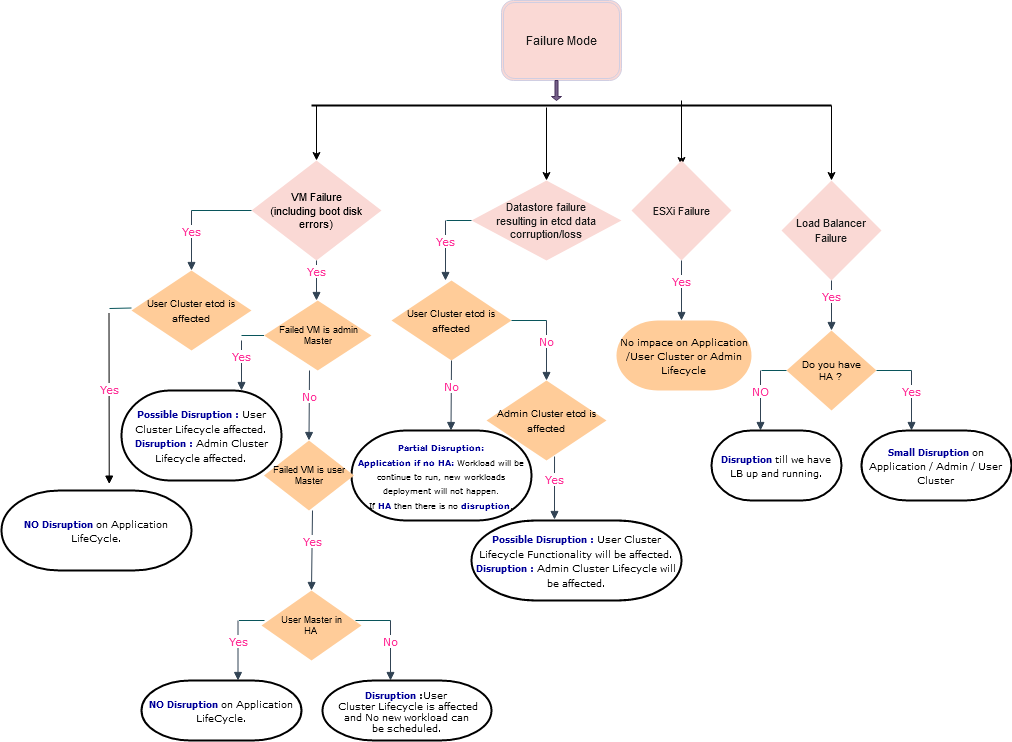
This is Untitled Diagram.png from prabhakarmishra/test, a draw.io export, as it was before one commit. Source tidied: cells renumbered, new cells last; positions are measured from the earlier drawing's top-left corner, leaving out a move shared by most shapes.
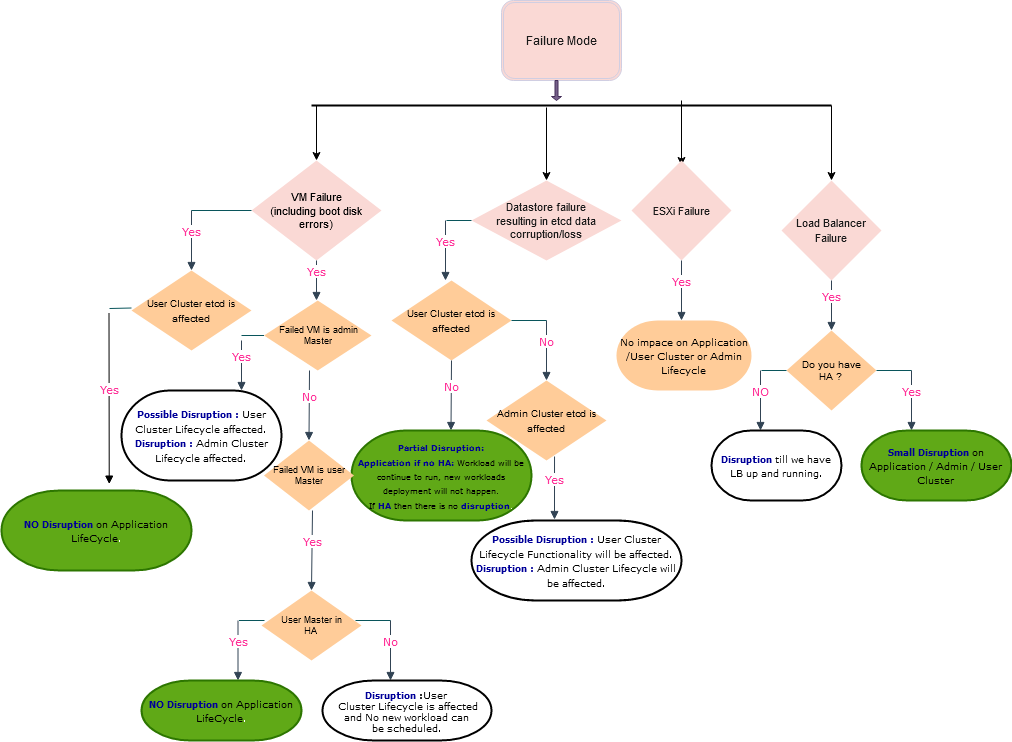
After the commit.

What changed in the source:
```diff
@@ -69,7 +69,7 @@
         <mxPoint x="760" y="370" as="sourcePoint" />
       </mxGeometry>
     </mxCell>
-    <mxCell id="18" value="&lt;font style=&quot;font-size: 9px&quot;&gt;&lt;b&gt;&lt;font style=&quot;font-size: 9px&quot; color=&quot;#000099&quot;&gt;Small &lt;/font&gt;&lt;/b&gt;&lt;/font&gt;&lt;font style=&quot;font-size: 9px&quot;&gt;&lt;b&gt;&lt;font style=&quot;font-size: 9px&quot; color=&quot;#000099&quot;&gt;&lt;font style=&quot;font-size: 9px&quot;&gt;&lt;b&gt;&lt;font style=&quot;font-size: 9px&quot; color=&quot;#000099&quot;&gt;Disruption &lt;/font&gt;&lt;/b&gt;&lt;/font&gt;&lt;/font&gt;&lt;/b&gt;on&lt;br&gt;&lt;font style=&quot;font-size: 9px&quot;&gt;Application / Admin / User&lt;/font&gt;&lt;br&gt;Cluster&lt;br&gt;&lt;/font&gt;" style="strokeWidth=2;html=1;shape=mxgraph.flowchart.terminator;whiteSpace=wrap;rounded=0;sketch=0;fontFamily=Verdana;" parent="1" vertex="1">
+    <mxCell id="18" value="&lt;font style=&quot;font-size: 9px&quot;&gt;&lt;b&gt;&lt;font style=&quot;font-size: 9px&quot; color=&quot;#000099&quot;&gt;Small &lt;/font&gt;&lt;/b&gt;&lt;/font&gt;&lt;font style=&quot;font-size: 9px&quot;&gt;&lt;b&gt;&lt;font style=&quot;font-size: 9px&quot; color=&quot;#000099&quot;&gt;&lt;font style=&quot;font-size: 9px&quot;&gt;&lt;b&gt;&lt;font style=&quot;font-size: 9px&quot; color=&quot;#000099&quot;&gt;Disruption &lt;/font&gt;&lt;/b&gt;&lt;/font&gt;&lt;/font&gt;&lt;/b&gt;&lt;font color=&quot;#000000&quot;&gt;on&lt;br&gt;&lt;font style=&quot;font-size: 9px&quot;&gt;Application / Admin / User&lt;/font&gt;&lt;br&gt;Cluster&lt;/font&gt;&lt;br&gt;&lt;/font&gt;" style="strokeWidth=2;html=1;shape=mxgraph.flowchart.terminator;whiteSpace=wrap;rounded=0;sketch=0;fontFamily=Verdana;fillColor=#60a917;strokeColor=#2D7600;fontColor=#ffffff;" parent="1" vertex="1">
       <mxGeometry x="860" y="430" width="150" height="70" as="geometry" />
     </mxCell>
     <mxCell id="19" value="&lt;font style=&quot;font-size: 9px&quot;&gt;&lt;font style=&quot;font-size: 9px&quot; color=&quot;#000099&quot;&gt;&lt;b&gt;&lt;font style=&quot;font-size: 9px&quot;&gt;&lt;b&gt;&lt;font style=&quot;font-size: 9px&quot; color=&quot;#000099&quot;&gt;Disruption &lt;/font&gt;&lt;/b&gt;&lt;/font&gt;&lt;/b&gt;&lt;/font&gt;till we have&lt;br&gt;LB up and running.&lt;br&gt;&lt;/font&gt;" style="strokeWidth=2;html=1;shape=mxgraph.flowchart.terminator;whiteSpace=wrap;rounded=0;sketch=0;fontFamily=Verdana;" parent="1" vertex="1">
@@ -132,7 +132,7 @@
         <mxPoint x="449.5" y="430" as="targetPoint" />
       </mxGeometry>
     </mxCell>
-    <mxCell id="32" value="&lt;font style=&quot;font-size: 8px&quot;&gt;&lt;b&gt;&lt;font style=&quot;font-size: 8px&quot; color=&quot;#000099&quot;&gt;Partial Disruption: &lt;/font&gt;&lt;/b&gt;&lt;br&gt;&lt;font style=&quot;font-size: 8px&quot; color=&quot;#000099&quot;&gt;&lt;b&gt;Application if no HA:&lt;/b&gt;&lt;/font&gt; Workload will be continue to run, new workloads deployment will not happen.&lt;br&gt;If &lt;b&gt;&lt;font style=&quot;font-size: 8px&quot; color=&quot;#000099&quot;&gt;HA &lt;/font&gt;&lt;/b&gt;then there is no &lt;b&gt;&lt;font style=&quot;font-size: 8px&quot; color=&quot;#000099&quot;&gt;disruption&lt;/font&gt;&lt;/b&gt;.&lt;/font&gt;" style="strokeWidth=2;html=1;shape=mxgraph.flowchart.terminator;whiteSpace=wrap;rounded=0;sketch=0;fontFamily=Verdana;" parent="1" vertex="1">
+    <mxCell id="32" value="&lt;font style=&quot;font-size: 8px&quot;&gt;&lt;b&gt;&lt;font style=&quot;font-size: 8px&quot; color=&quot;#000099&quot;&gt;Partial Disruption: &lt;/font&gt;&lt;/b&gt;&lt;br&gt;&lt;font style=&quot;font-size: 8px&quot; color=&quot;#000099&quot;&gt;&lt;b&gt;Application if no HA:&lt;/b&gt;&lt;/font&gt; &lt;font color=&quot;#000000&quot;&gt;Workload will be continue to run, new workloads deployment will not happen.&lt;br&gt;If&lt;/font&gt; &lt;b&gt;&lt;font style=&quot;font-size: 8px&quot; color=&quot;#000099&quot;&gt;HA &lt;/font&gt;&lt;/b&gt;&lt;font color=&quot;#000000&quot;&gt;then there is no&lt;/font&gt; &lt;b&gt;&lt;font style=&quot;font-size: 8px&quot; color=&quot;#000099&quot;&gt;disruption&lt;/font&gt;&lt;/b&gt;.&lt;/font&gt;" style="strokeWidth=2;html=1;shape=mxgraph.flowchart.terminator;whiteSpace=wrap;rounded=0;sketch=0;fontFamily=Verdana;fillColor=#60a917;strokeColor=#2D7600;fontColor=#ffffff;" parent="1" vertex="1">
       <mxGeometry x="350" y="430" width="180" height="90" as="geometry" />
     </mxCell>
     <mxCell id="33" value="&lt;div style=&quot;font-size: 9px&quot;&gt;&lt;font style=&quot;font-size: 9px&quot;&gt;Failed VM is admin&lt;/font&gt;&lt;/div&gt;&lt;div style=&quot;font-size: 9px&quot;&gt;&lt;font style=&quot;font-size: 9px&quot;&gt;Master&lt;br&gt;&lt;/font&gt;&lt;/div&gt;" style="strokeWidth=2;html=1;shape=mxgraph.flowchart.decision;whiteSpace=wrap;rounded=0;sketch=0;fillColor=#ffcc99;strokeColor=none;" parent="1" vertex="1">
@@ -197,7 +197,7 @@
         <mxPoint x="130" y="307.5" as="targetPoint" />
       </mxGeometry>
     </mxCell>
-    <mxCell id="46" value="&lt;font style=&quot;font-size: 9px&quot;&gt;&lt;font style=&quot;font-size: 9px&quot; color=&quot;#000099&quot;&gt;&lt;b&gt;&lt;font style=&quot;font-size: 9px&quot;&gt;&lt;b&gt;&lt;font style=&quot;font-size: 9px&quot; color=&quot;#000099&quot;&gt;NO Disruption &lt;/font&gt;&lt;/b&gt;&lt;/font&gt;&lt;/b&gt;&lt;font style=&quot;font-size: 9px&quot; color=&quot;#000000&quot;&gt;&lt;font style=&quot;font-size: 9px&quot;&gt;on Application LifeCycle&lt;/font&gt;&lt;/font&gt;&lt;/font&gt;.&lt;br&gt;&lt;/font&gt;" style="strokeWidth=2;html=1;shape=mxgraph.flowchart.terminator;whiteSpace=wrap;rounded=0;sketch=0;fontFamily=Verdana;" parent="1" vertex="1">
+    <mxCell id="46" value="&lt;font style=&quot;font-size: 9px&quot;&gt;&lt;font style=&quot;font-size: 9px&quot; color=&quot;#000099&quot;&gt;&lt;b&gt;&lt;font style=&quot;font-size: 9px&quot;&gt;&lt;b&gt;&lt;font style=&quot;font-size: 9px&quot; color=&quot;#000099&quot;&gt;NO Disruption &lt;/font&gt;&lt;/b&gt;&lt;/font&gt;&lt;/b&gt;&lt;font style=&quot;font-size: 9px&quot; color=&quot;#000000&quot;&gt;&lt;font style=&quot;font-size: 9px&quot;&gt;on Application LifeCycle&lt;/font&gt;&lt;/font&gt;&lt;/font&gt;.&lt;br&gt;&lt;/font&gt;" style="strokeWidth=2;html=1;shape=mxgraph.flowchart.terminator;whiteSpace=wrap;rounded=0;sketch=0;fontFamily=Verdana;fillColor=#60a917;strokeColor=#2D7600;fontColor=#ffffff;" parent="1" vertex="1">
       <mxGeometry y="490" width="190" height="80" as="geometry" />
     </mxCell>
     <mxCell id="47" value="&lt;font style=&quot;font-size: 9px&quot;&gt;&lt;b&gt;&lt;font style=&quot;font-size: 9px&quot; color=&quot;#000099&quot;&gt;Possible Disruption : &lt;/font&gt;&lt;/b&gt;User Cluster Lifecycle affected.&lt;br&gt;&lt;font style=&quot;font-size: 9px&quot; color=&quot;#000099&quot;&gt;&lt;b&gt;Disruption :&lt;/b&gt;&lt;/font&gt; Admin Cluster Lifecycle affected.&lt;font style=&quot;font-size: 9px&quot;&gt;&lt;br&gt;&lt;/font&gt;&lt;/font&gt;" style="strokeWidth=2;html=1;shape=mxgraph.flowchart.terminator;whiteSpace=wrap;rounded=0;sketch=0;fontFamily=Verdana;" parent="1" vertex="1">
@@ -227,7 +227,7 @@
         <mxPoint x="263" y="620" as="targetPoint" />
       </mxGeometry>
     </mxCell>
-    <mxCell id="52" value="&lt;font style=&quot;font-size: 9px&quot;&gt;&lt;font style=&quot;font-size: 9px&quot; color=&quot;#000099&quot;&gt;&lt;b&gt;&lt;font style=&quot;font-size: 9px&quot;&gt;&lt;b&gt;&lt;font style=&quot;font-size: 9px&quot; color=&quot;#000099&quot;&gt;NO Disruption &lt;/font&gt;&lt;/b&gt;&lt;/font&gt;&lt;/b&gt;&lt;font style=&quot;font-size: 9px&quot; color=&quot;#000000&quot;&gt;&lt;font style=&quot;font-size: 9px&quot;&gt;on Application LifeCycle&lt;/font&gt;&lt;/font&gt;&lt;/font&gt;.&lt;br&gt;&lt;/font&gt;" style="strokeWidth=2;html=1;shape=mxgraph.flowchart.terminator;whiteSpace=wrap;rounded=0;sketch=0;fontFamily=Verdana;" parent="1" vertex="1">
+    <mxCell id="52" value="&lt;font style=&quot;font-size: 9px&quot;&gt;&lt;font style=&quot;font-size: 9px&quot; color=&quot;#000099&quot;&gt;&lt;b&gt;&lt;font style=&quot;font-size: 9px&quot;&gt;&lt;b&gt;&lt;font style=&quot;font-size: 9px&quot; color=&quot;#000099&quot;&gt;NO Disruption &lt;/font&gt;&lt;/b&gt;&lt;/font&gt;&lt;/b&gt;&lt;font style=&quot;font-size: 9px&quot; color=&quot;#000000&quot;&gt;&lt;font style=&quot;font-size: 9px&quot;&gt;on Application LifeCycle&lt;/font&gt;&lt;/font&gt;&lt;/font&gt;.&lt;br&gt;&lt;/font&gt;" style="strokeWidth=2;html=1;shape=mxgraph.flowchart.terminator;whiteSpace=wrap;rounded=0;sketch=0;fontFamily=Verdana;fillColor=#60a917;strokeColor=#2D7600;fontColor=#ffffff;" parent="1" vertex="1">
       <mxGeometry x="140" y="680" width="160" height="60" as="geometry" />
     </mxCell>
     <mxCell id="53" value="&lt;font style=&quot;font-size: 9px&quot;&gt;&lt;font style=&quot;font-size: 9px&quot; color=&quot;#000099&quot;&gt;&lt;b&gt;&lt;font style=&quot;font-size: 9px&quot;&gt;&lt;b&gt;&lt;font style=&quot;font-size: 9px&quot; color=&quot;#000099&quot;&gt;Disruption &lt;font style=&quot;font-size: 9px&quot; color=&quot;#000000&quot;&gt;:&lt;/font&gt;&lt;/font&gt;&lt;/b&gt;&lt;/font&gt;&lt;/b&gt;&lt;font style=&quot;font-size: 9px&quot; color=&quot;#000000&quot;&gt;&lt;font style=&quot;font-size: 9px&quot;&gt;User&lt;/font&gt;&lt;/font&gt;&lt;/font&gt;&lt;br&gt;&lt;/font&gt;&lt;div style=&quot;font-size: 9px&quot;&gt;&lt;font style=&quot;font-size: 9px&quot;&gt;&amp;nbsp;Cluster Lifecycle is affected&lt;/font&gt;&lt;/div&gt;&lt;div style=&quot;font-size: 9px&quot;&gt;&lt;font style=&quot;font-size: 9px&quot;&gt;and No new workload can&lt;/font&gt;&lt;/div&gt;&lt;div style=&quot;font-size: 9px&quot;&gt;&lt;font style=&quot;font-size: 9px&quot;&gt;be scheduled.&lt;/font&gt;&lt;br&gt;&lt;/div&gt;" style="strokeWidth=2;html=1;shape=mxgraph.flowchart.terminator;whiteSpace=wrap;rounded=0;sketch=0;fontFamily=Verdana;" parent="1" vertex="1">
```
